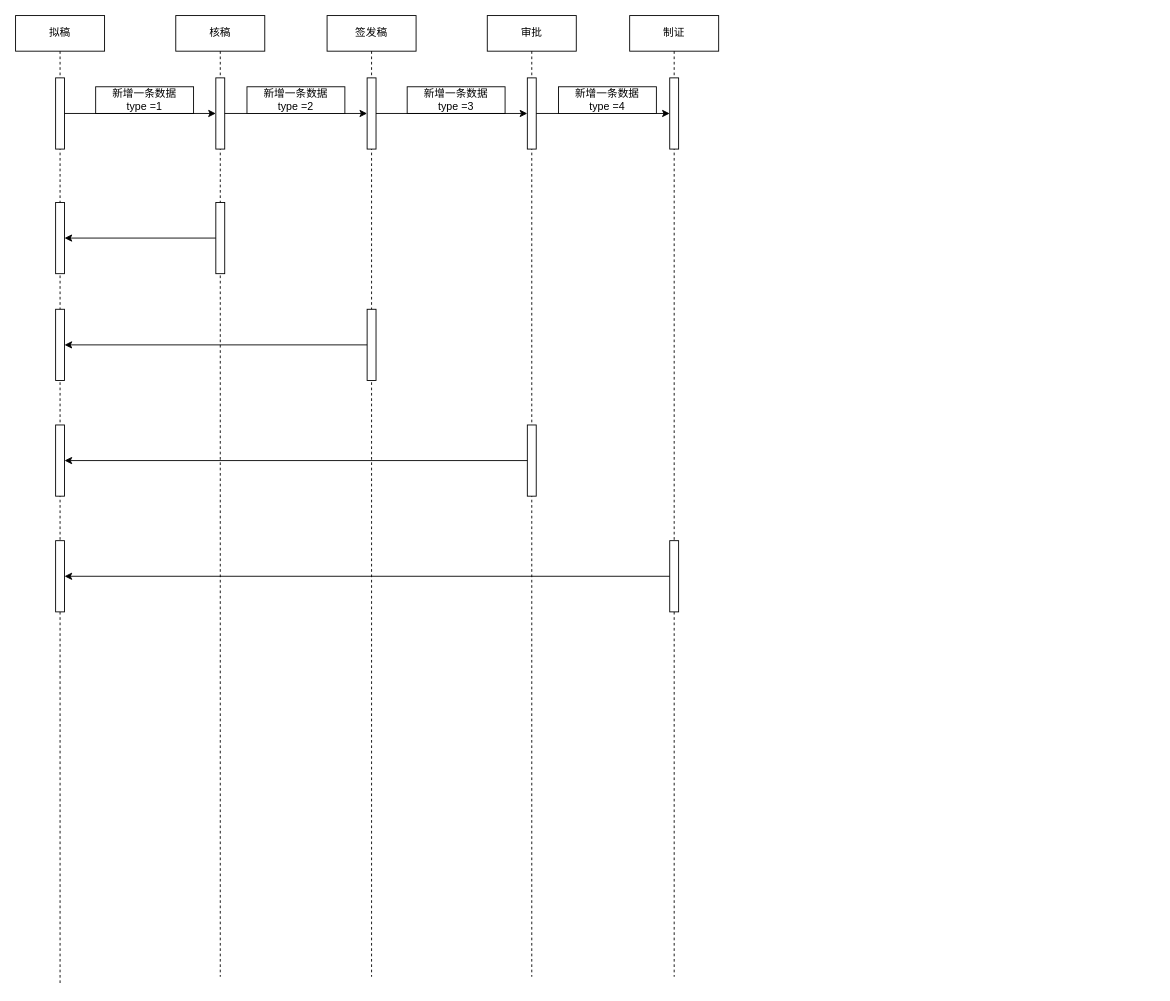
The draw.io diagram 出证审查流程.drawio in mindsc/centOS-trojan, before the edit. Source tidied: cells renumbered, new cells numbered last; positions are measured from the earlier drawing's top-left corner, leaving out a move shared by most shapes. Both pictures are drawn from the tidied source at 89%, with x=0, y=0 at pixel (15, 15).
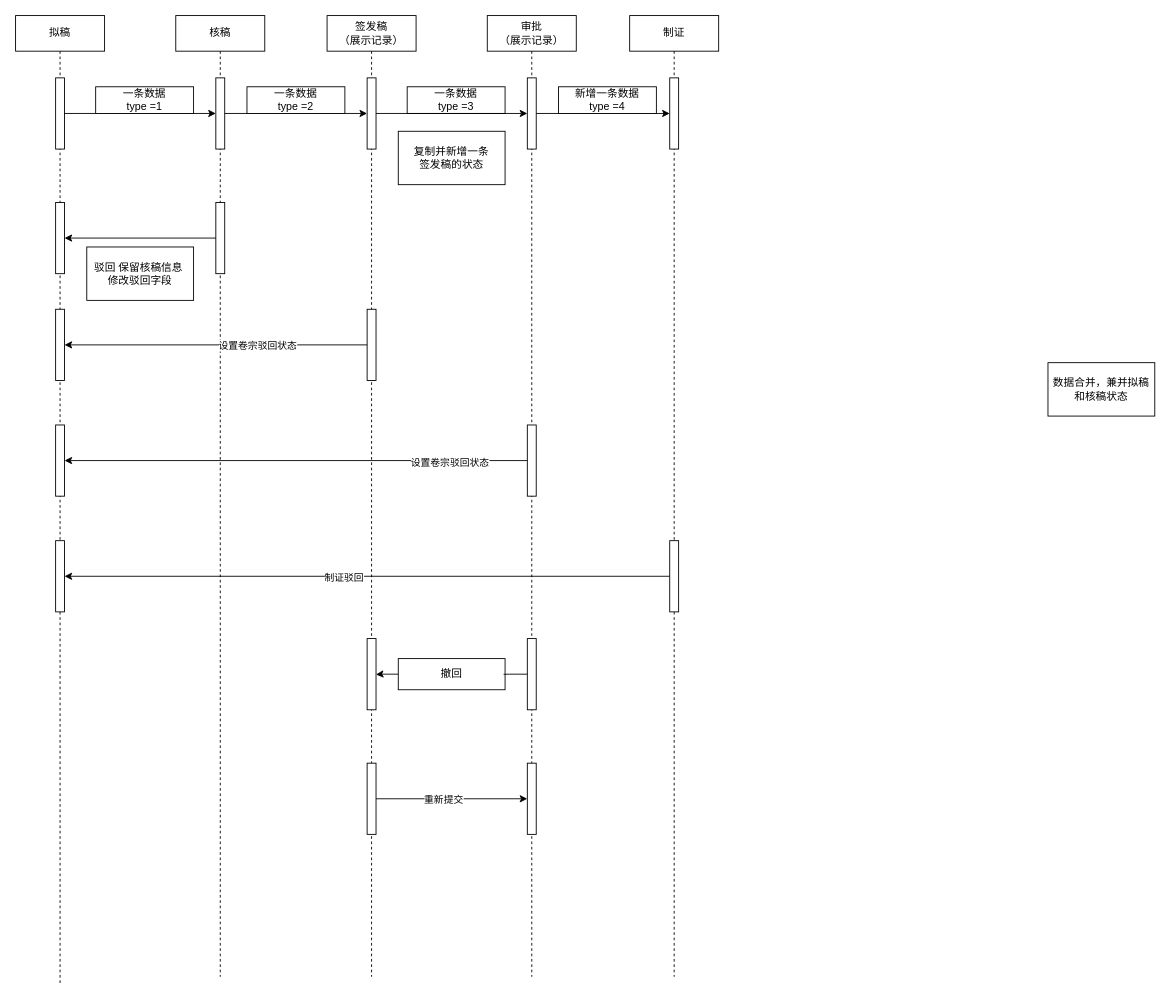
The same page after the edit.

Commit message:
Update 出证审查流程.drawio

The change refers to these unchanged cells:
```xml
<mxCell id="8" value="核稿" style="shape=umlLifeline;perimeter=lifelinePerimeter;whiteSpace=wrap;html=1;" parent="1" vertex="1">
  <mxGeometry x="180" width="100" height="1080" as="geometry" />
</mxCell>
<mxCell id="29" style="edgeStyle=orthogonalEdgeStyle;rounded=0;jettySize=auto;html=1;" parent="1" edge="1" source="14" target="5">
  <mxGeometry relative="1" as="geometry" />
</mxCell>
<mxCell id="30" style="edgeStyle=orthogonalEdgeStyle;rounded=0;jettySize=auto;html=1;" parent="1" edge="1" source="17" target="6">
  <mxGeometry relative="1" as="geometry" />
</mxCell>
<mxCell id="31" style="edgeStyle=orthogonalEdgeStyle;rounded=0;jettySize=auto;html=1;" parent="1" edge="1" source="20" target="7">
  <mxGeometry relative="1" as="geometry" />
</mxCell>
```

Diff of the diagram source:
```diff
@@
-    <mxCell id="10" value="新增一条数据 &lt;br&gt;type =1" style="whiteSpace=wrap;html=1;" parent="8" vertex="1">
-      <mxGeometry x="-90" y="80" width="110" height="30" as="geometry" />
-    </mxCell>
@@
-    <mxCell id="12" value="签发稿" style="shape=umlLifeline;perimeter=lifelinePerimeter;whiteSpace=wrap;html=1;" parent="1" vertex="1">
+    <mxCell id="12" value="签发稿&lt;br&gt;（展示记录）" style="shape=umlLifeline;perimeter=lifelinePerimeter;whiteSpace=wrap;html=1;" parent="1" vertex="1">
       <mxGeometry x="350" width="100" height="1080" as="geometry" />
     </mxCell>
@@
+    <mxCell id="32" style="html=1;points=[];perimeter=orthogonalPerimeter;" parent="12" vertex="1">
+      <mxGeometry x="45" y="700" width="10" height="80" as="geometry" />
+    </mxCell>
+    <mxCell id="33" style="html=1;points=[];perimeter=orthogonalPerimeter;" parent="12" vertex="1">
+      <mxGeometry x="45" y="840" width="10" height="80" as="geometry" />
+    </mxCell>
-    <mxCell id="15" value="审批" style="shape=umlLifeline;perimeter=lifelinePerimeter;whiteSpace=wrap;html=1;" parent="1" vertex="1">
+    <mxCell id="15" value="审批&lt;br&gt;（展示记录）" style="shape=umlLifeline;perimeter=lifelinePerimeter;whiteSpace=wrap;html=1;" parent="1" vertex="1">
       <mxGeometry x="530" width="100" height="1080" as="geometry" />
     </mxCell>
@@
+    <mxCell id="34" style="html=1;points=[];perimeter=orthogonalPerimeter;" parent="15" vertex="1">
+      <mxGeometry x="45" y="700" width="10" height="80" as="geometry" />
+    </mxCell>
+    <mxCell id="35" style="html=1;points=[];perimeter=orthogonalPerimeter;" parent="15" vertex="1">
+      <mxGeometry x="45" y="840" width="10" height="80" as="geometry" />
+    </mxCell>
@@
-    <mxCell id="22" value="新增一条数据 &lt;br&gt;type =2" style="whiteSpace=wrap;html=1;" parent="1" vertex="1">
+    <mxCell id="22" value="一条数据 &lt;br&gt;type =2" style="whiteSpace=wrap;html=1;" parent="1" vertex="1">
       <mxGeometry x="260" y="80" width="110" height="30" as="geometry" />
     </mxCell>
-    <mxCell id="23" value="新增一条数据 &lt;br&gt;type =3" style="whiteSpace=wrap;html=1;" parent="1" vertex="1">
+    <mxCell id="23" value="一条数据 &lt;br&gt;type =3" style="whiteSpace=wrap;html=1;" parent="1" vertex="1">
       <mxGeometry x="440" y="80" width="110" height="30" as="geometry" />
     </mxCell>
@@
+    <mxCell id="36" value="设置卷宗驳回状态" style="edgeLabel;html=1;align=center;verticalAlign=middle;" parent="29" vertex="1">
+      <mxGeometry x="-0.27" y="-1" relative="1" as="geometry">
+        <mxPoint y="1" as="offset" />
+      </mxGeometry>
+    </mxCell>
@@
+    <mxCell id="37" style="edgeLabel;html=1;align=center;verticalAlign=middle;" parent="30" vertex="1">
+      <mxGeometry x="-0.63" y="-2" relative="1" as="geometry" />
+    </mxCell>
+    <mxCell id="38" value="设置卷宗驳回状态" style="edgeLabel;html=1;align=center;verticalAlign=middle;" parent="30" vertex="1">
+      <mxGeometry x="-0.66" y="2" relative="1" as="geometry" />
+    </mxCell>
@@
+    <mxCell id="39" value="制证驳回" style="edgeLabel;html=1;align=center;verticalAlign=middle;" parent="31" vertex="1">
+      <mxGeometry x="0.08" y="1" relative="1" as="geometry" />
+    </mxCell>
+    <mxCell id="10" value="一条数据 &lt;br&gt;type =1" style="whiteSpace=wrap;html=1;" parent="1" vertex="1">
+      <mxGeometry x="90" y="80" width="110" height="30" as="geometry" />
+    </mxCell>
+    <mxCell id="40" value="数据合并，兼并拟稿和核稿状态" style="whiteSpace=wrap;html=1;" parent="1" vertex="1">
+      <mxGeometry x="1160" y="390" width="120" height="60" as="geometry" />
+    </mxCell>
+    <mxCell id="41" value="复制并新增一条&lt;br&gt;签发稿的状态" style="whiteSpace=wrap;html=1;" parent="1" vertex="1">
+      <mxGeometry x="430" y="130" width="120" height="60" as="geometry" />
+    </mxCell>
+    <mxCell id="42" value="驳回 保留核稿信息&amp;nbsp;&lt;br&gt;修改驳回字段" style="whiteSpace=wrap;html=1;" parent="1" vertex="1">
+      <mxGeometry x="80" y="260" width="120" height="60" as="geometry" />
+    </mxCell>
+    <mxCell id="43" style="edgeStyle=orthogonalEdgeStyle;rounded=0;jettySize=auto;html=1;entryX=0.986;entryY=0.504;entryDx=0;entryDy=0;entryPerimeter=0;startArrow=none;" parent="1" edge="1" source="44" target="32">
+      <mxGeometry relative="1" as="geometry" />
+    </mxCell>
+    <mxCell id="44" value="撤回" style="whiteSpace=wrap;html=1;" parent="1" vertex="1">
+      <mxGeometry x="430" y="722.5" width="120" height="35" as="geometry" />
+    </mxCell>
+    <mxCell id="45" style="edgeStyle=orthogonalEdgeStyle;rounded=0;jettySize=auto;html=1;entryX=0.986;entryY=0.504;entryDx=0;entryDy=0;entryPerimeter=0;endArrow=none;" parent="1" edge="1" source="34" target="44">
+      <mxGeometry relative="1" as="geometry" />
+    </mxCell>
+    <mxCell id="46" style="edgeStyle=orthogonalEdgeStyle;rounded=0;jettySize=auto;html=1;" parent="1" edge="1" source="33" target="35">
+      <mxGeometry relative="1" as="geometry" />
+    </mxCell>
+    <mxCell id="47" value="重新提交" style="edgeLabel;html=1;align=center;verticalAlign=middle;" parent="46" vertex="1">
+      <mxGeometry x="-0.34" relative="1" as="geometry">
+        <mxPoint x="19" as="offset" />
+      </mxGeometry>
+    </mxCell>
```
